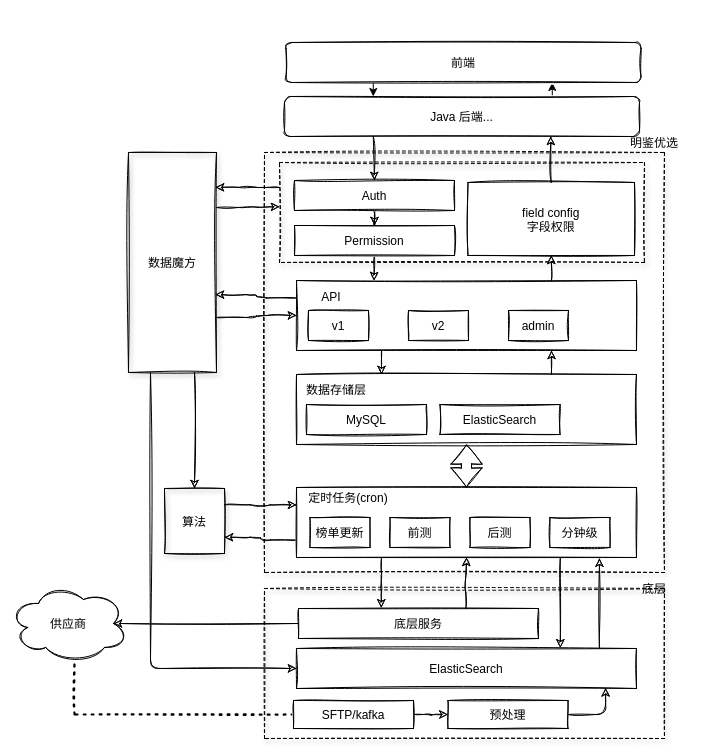
This is file/明鉴优选.drawio from LLwill/drow.io, a draw.io file, before an edit. Source tidied: cells renumbered, new cells numbered last; positions are measured from the earlier drawing's top-left corner, leaving out a move shared by most shapes. Both pictures are drawn from the tidied source at 100%, with x=0, y=0 at pixel (8, 42).
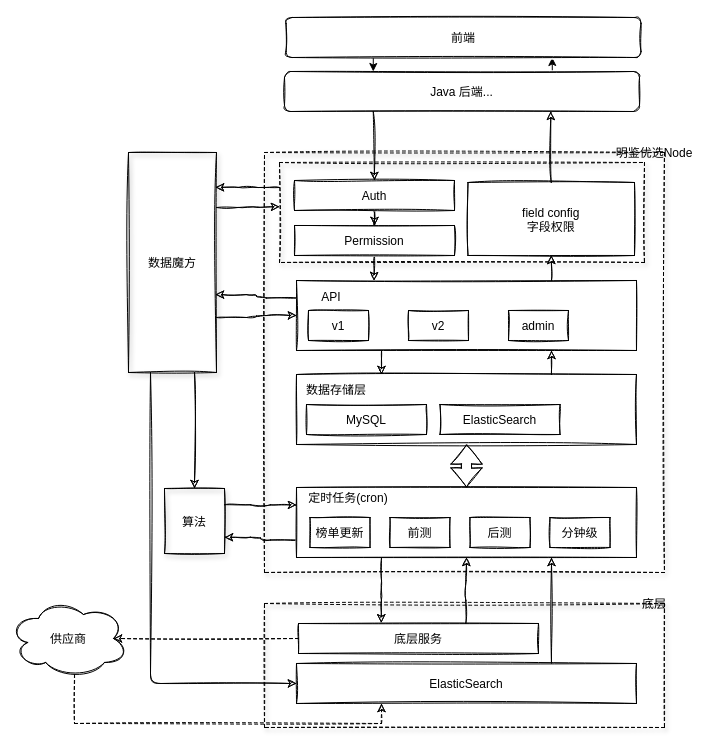
Above is the later version.

Commit message:
更新明鉴优选.drawio

Unchanged cells that the change refers to:
```xml
<mxCell id="53" style="rounded=0;sketch=1;" parent="52" vertex="1">
  <mxGeometry width="340" height="70" as="geometry" />
</mxCell>
```

Change to the diagram source:
```diff
@@
     <mxCell id="4" style="rounded=0;dashed=1;fillColor=none;shadow=1;sketch=1;" parent="1" vertex="1">
-      <mxGeometry x="256" y="546" width="400" height="150" as="geometry" />
+      <mxGeometry x="256" y="561" width="400" height="124" as="geometry" />
     </mxCell>
@@
-    <mxCell id="8" style="edgeStyle=orthogonalEdgeStyle;rounded=1;jettySize=auto;exitX=0.776;exitY=1;exitDx=0;exitDy=0;entryX=0.776;entryY=-0.017;entryDx=0;entryDy=0;entryPerimeter=0;exitPerimeter=0;sketch=1;" parent="1" edge="1" source="53" target="13">
-      <mxGeometry relative="1" as="geometry" />
-    </mxCell>
-    <mxCell id="9" style="edgeStyle=orthogonalEdgeStyle;curved=0;rounded=1;jettySize=auto;exitX=0;exitY=0.5;exitDx=0;exitDy=0;entryX=0.875;entryY=0.5;entryDx=0;entryDy=0;entryPerimeter=0;sketch=1;" parent="1" edge="1" source="11" target="25">
+    <mxCell id="9" style="edgeStyle=orthogonalEdgeStyle;curved=0;rounded=1;jettySize=auto;exitX=0;exitY=0.5;exitDx=0;exitDy=0;entryX=0.875;entryY=0.5;entryDx=0;entryDy=0;entryPerimeter=0;sketch=1;dashed=1;" parent="1" edge="1" source="11" target="25">
       <mxGeometry relative="1" as="geometry" />
     </mxCell>
@@
     <mxCell id="11" value="底层服务" style="rounded=0;sketch=1;" parent="1" vertex="1">
-      <mxGeometry x="290" y="566" width="240" height="30" as="geometry" />
+      <mxGeometry x="290" y="581" width="240" height="30" as="geometry" />
     </mxCell>
-    <mxCell id="12" style="edgeStyle=orthogonalEdgeStyle;rounded=1;jettySize=auto;exitX=0.891;exitY=-0.017;exitDx=0;exitDy=0;exitPerimeter=0;sketch=1;entryX=0.891;entryY=1.009;entryDx=0;entryDy=0;entryPerimeter=0;" parent="1" edge="1" source="13" target="53">
+    <mxCell id="12" style="edgeStyle=orthogonalEdgeStyle;rounded=1;jettySize=auto;exitX=0.75;exitY=0;exitDx=0;exitDy=0;sketch=1;entryX=0.75;entryY=1;entryDx=0;entryDy=0;" parent="1" edge="1" source="13" target="53">
       <mxGeometry relative="1" as="geometry" />
     </mxCell>
     <mxCell id="13" value="ElasticSearch" style="rounded=0;sketch=1;" parent="1" vertex="1">
-      <mxGeometry x="288" y="606" width="340" height="40" as="geometry" />
+      <mxGeometry x="288" y="621" width="340" height="40" as="geometry" />
     </mxCell>
@@
+    <mxCell id="63" style="edgeStyle=orthogonalEdgeStyle;rounded=0;jettySize=auto;html=1;exitX=0.55;exitY=0.95;exitDx=0;exitDy=0;exitPerimeter=0;entryX=0.25;entryY=1;entryDx=0;entryDy=0;dashed=1;sketch=1;" parent="1" edge="1" source="25" target="13">
+      <mxGeometry relative="1" as="geometry">
+        <Array as="points">
+          <mxPoint x="66" y="681" />
+          <mxPoint x="373" y="681" />
+        </Array>
+      </mxGeometry>
+    </mxCell>
     <mxCell id="25" value="供应商" style="ellipse;shape=cloud;rounded=0;sketch=1;" parent="1" vertex="1">
-      <mxGeometry y="541" width="120" height="80" as="geometry" />
+      <mxGeometry y="556" width="120" height="80" as="geometry" />
     </mxCell>
-    <mxCell id="26" style="endArrow=none;dashed=1;dashPattern=1 3;strokeWidth=2;rounded=0;entryX=0.55;entryY=0.95;entryDx=0;entryDy=0;entryPerimeter=0;edgeStyle=orthogonalEdgeStyle;sketch=1;exitX=0;exitY=0.5;exitDx=0;exitDy=0;" parent="1" edge="1" source="28" target="25">
-      <mxGeometry relative="1" as="geometry" />
-    </mxCell>
-    <mxCell id="27" style="edgeStyle=orthogonalEdgeStyle;curved=0;rounded=1;jettySize=auto;sketch=1;" parent="1" edge="1" source="28" target="30">
-      <mxGeometry relative="1" as="geometry" />
-    </mxCell>
-    <mxCell id="28" value="SFTP/kafka" style="rounded=0;sketch=1;" parent="1" vertex="1">
-      <mxGeometry x="285" y="658" width="120" height="28" as="geometry" />
-    </mxCell>
-    <mxCell id="29" style="edgeStyle=orthogonalEdgeStyle;curved=0;rounded=1;jettySize=auto;exitX=1;exitY=0.5;exitDx=0;exitDy=0;entryX=0.909;entryY=0.983;entryDx=0;entryDy=0;entryPerimeter=0;sketch=1;" parent="1" edge="1" source="30" target="13">
-      <mxGeometry relative="1" as="geometry">
-        <Array as="points">
-          <mxPoint x="597" y="672" />
-        </Array>
-      </mxGeometry>
-    </mxCell>
-    <mxCell id="30" value="预处理" style="rounded=0;sketch=1;" parent="1" vertex="1">
-      <mxGeometry x="439.5" y="658" width="120" height="28" as="geometry" />
-    </mxCell>
-    <mxCell id="31" value="明鉴优选" style="text;align=center;verticalAlign=middle;fillColor=none;strokeColor=none;rounded=0;shadow=1;dashed=1;sketch=1;" parent="1" vertex="1">
-      <mxGeometry x="616" y="90" width="60" height="20" as="geometry" />
+    <mxCell id="31" value="明鉴优选Node" style="text;align=center;verticalAlign=middle;fillColor=none;strokeColor=none;rounded=0;shadow=1;dashed=1;sketch=1;" parent="1" vertex="1">
+      <mxGeometry x="601" y="100" width="90" height="20" as="geometry" />
     </mxCell>
     <mxCell id="32" value="底层" style="text;align=center;verticalAlign=middle;fillColor=none;strokeColor=none;rounded=0;shadow=1;dashed=1;sketch=1;" parent="1" vertex="1">
-      <mxGeometry x="626" y="536" width="40" height="20" as="geometry" />
+      <mxGeometry x="626" y="551" width="40" height="20" as="geometry" />
     </mxCell>
@@
     <mxCell id="60" value="Java 后端..." style="rounded=1;sketch=1;" parent="1" vertex="1">
-      <mxGeometry x="276" y="54" width="355" height="40" as="geometry" />
+      <mxGeometry x="276" y="29" width="355" height="40" as="geometry" />
     </mxCell>
@@
     <mxCell id="62" value="前端" style="rounded=1;sketch=1;" parent="1" vertex="1">
-      <mxGeometry x="277.5" width="355" height="40" as="geometry" />
+      <mxGeometry x="277.5" y="-25" width="355" height="40" as="geometry" />
     </mxCell>
```
